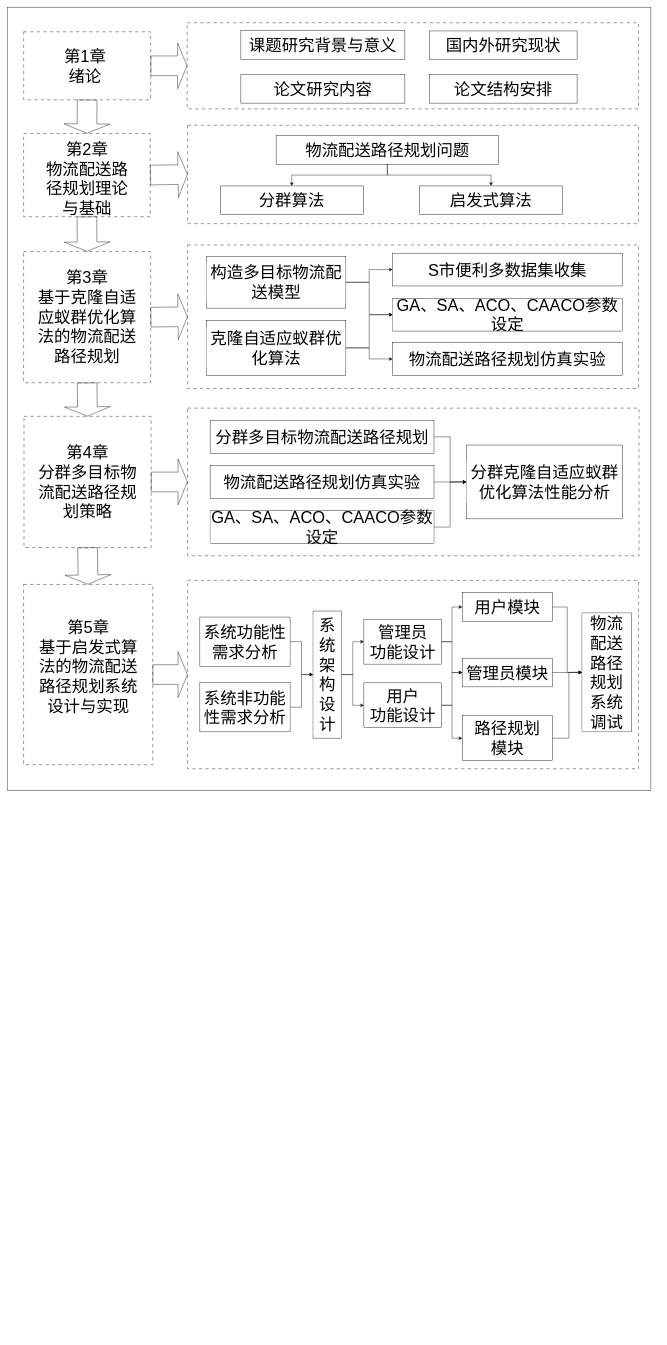
Above: 章节路线图.drawio in AAYESLY/bishe-github (draw.io), before the change. Source tidied: cells renumbered, new cells numbered last; positions are measured from the earlier drawing's top-left corner, leaving out a move shared by most shapes. Both pictures are drawn from the tidied source at 41%, with x=0, y=0 at pixel (7, 7).
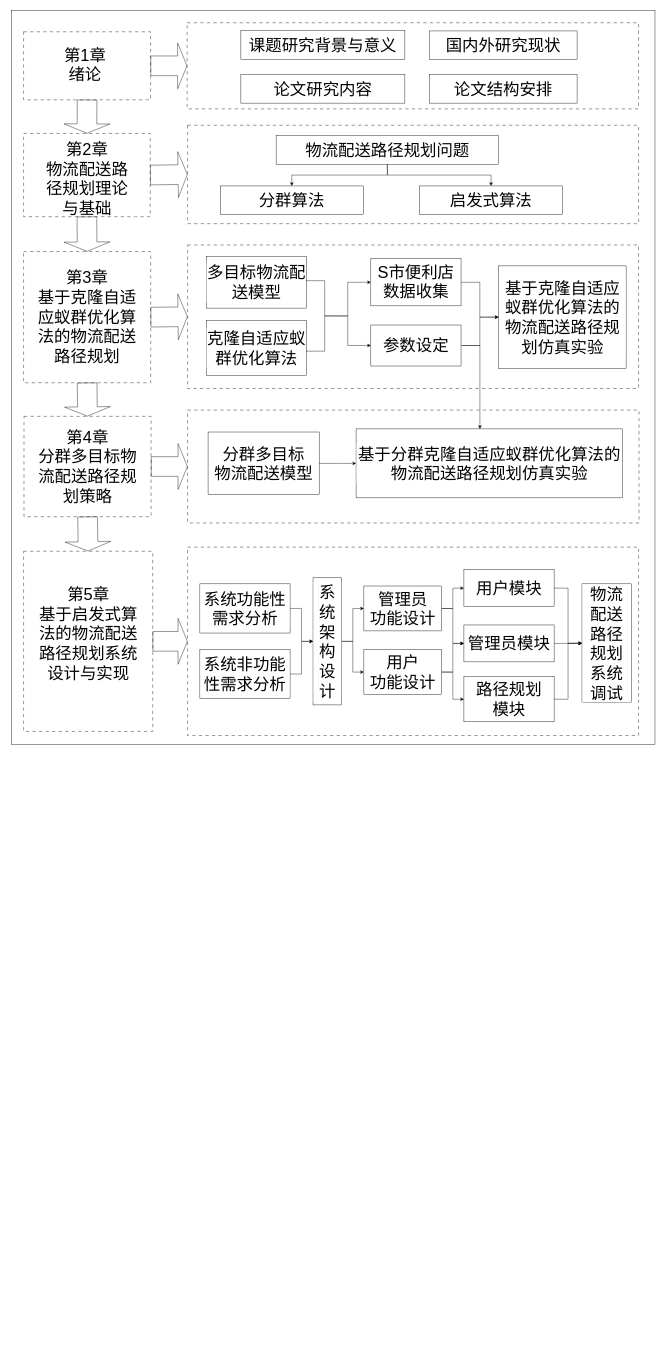
The same page after the edit.

Commit message (it also covers changes not shown here):
更新章节路线图.drawio

The change refers to these unchanged cells:
```xml
<mxCell id="43" value="用户&lt;div style=&quot;font-size: 40px;&quot;&gt;功能设计&lt;/div&gt;" style="rounded=0;whiteSpace=wrap;html=1;fillColor=none;strokeColor=default;fontColor=#000000;labelBorderColor=#FFFFFF;fontSize=40;fontFamily=宋体;" parent="26" vertex="1">
  <mxGeometry x="830" y="240" width="190" height="109.5" as="geometry" />
</mxCell>
<mxCell id="47" value="管理员&lt;div style=&quot;font-size: 40px;&quot;&gt;功能设计&lt;/div&gt;" style="rounded=0;whiteSpace=wrap;html=1;fillColor=none;strokeColor=default;fontColor=#000000;labelBorderColor=#FFFFFF;fontSize=40;fontFamily=宋体;" parent="26" vertex="1">
  <mxGeometry x="830" y="84.8" width="190" height="109.5" as="geometry" />
</mxCell>
```

What changed in the source:
```diff
@@
+    <mxCell id="10" style="rounded=0;whiteSpace=wrap;html=1;fillColor=none;" parent="1" vertex="1">
+      <mxGeometry x="10" y="8" width="1570" height="1790" as="geometry" />
+    </mxCell>
@@
-    <mxCell id="9" style="group;fontSize=33;fontFamily=宋体;" parent="1" vertex="1">
-      <mxGeometry x="50" y="60" width="1520" height="1850" as="geometry" />
-    </mxCell>
-    <mxCell id="10" style="rounded=0;whiteSpace=wrap;html=1;fillColor=none;" parent="9" vertex="1">
-      <mxGeometry x="-50" y="-60" width="1570" height="1910" as="geometry" />
-    </mxCell>
-    <mxCell id="11" style="rounded=0;whiteSpace=wrap;html=1;dashed=1;dashPattern=8 8;fillColor=none;fontColor=#000000;labelBorderColor=#FFFFFF;fontSize=30;fontFamily=宋体;" parent="9" vertex="1">
-      <mxGeometry x="-9.8" width="309.8" height="165.9" as="geometry" />
-    </mxCell>
-    <mxCell id="12" value="&lt;font style=&quot;font-size: 40px;&quot;&gt;第1章&lt;/font&gt;&lt;div style=&quot;font-size: 40px;&quot;&gt;&lt;font style=&quot;font-size: 40px;&quot;&gt;绪论&lt;/font&gt;&lt;/div&gt;" style="rounded=0;whiteSpace=wrap;html=1;fillColor=none;strokeColor=none;fontColor=#000000;labelBorderColor=#FFFFFF;fontSize=30;fontFamily=宋体;" parent="9" vertex="1">
-      <mxGeometry x="70" y="50.7" width="140.3" height="64.4" as="geometry" />
-    </mxCell>
@@
-    <mxCell id="16" style="edgeStyle=orthogonalEdgeStyle;rounded=0;orthogonalLoop=1;jettySize=auto;html=1;exitX=0.5;exitY=1;exitDx=0;exitDy=0;strokeColor=none;fontColor=#000000;labelBorderColor=#FFFFFF;fontSize=40;fontFamily=宋体;" parent="1" edge="1">
-      <mxGeometry relative="1" as="geometry">
-        <mxPoint x="965.8" y="708" as="sourcePoint" />
-        <mxPoint x="772.3" y="898" as="targetPoint" />
-        <Array as="points">
-          <mxPoint x="985.2" y="708" />
-          <mxPoint x="985.2" y="828" />
-          <mxPoint x="869" y="828" />
-        </Array>
-      </mxGeometry>
-    </mxCell>
-    <mxCell id="17" style="edgeStyle=orthogonalEdgeStyle;rounded=0;jettySize=auto;html=1;entryX=0;entryY=0.5;entryDx=0;entryDy=0;fontSize=40;fontFamily=宋体;" parent="1" edge="1" source="19" target="23">
-      <mxGeometry relative="1" as="geometry" />
-    </mxCell>
-    <mxCell id="18" style="edgeStyle=orthogonalEdgeStyle;rounded=0;jettySize=auto;html=1;entryX=0;entryY=0.5;entryDx=0;entryDy=0;fontSize=40;fontFamily=宋体;" parent="1" edge="1" source="19" target="24">
-      <mxGeometry relative="1" as="geometry" />
-    </mxCell>
-    <mxCell id="19" value="构造多目标物流配送模型" style="rounded=0;whiteSpace=wrap;html=1;fillColor=none;strokeColor=default;fontColor=#000000;labelBorderColor=#FFFFFF;fontSize=40;fontFamily=宋体;" parent="1" vertex="1">
-      <mxGeometry x="486" y="608" width="340" height="126" as="geometry" />
+    <mxCell id="19" value="多目标物流配送模型" style="rounded=0;whiteSpace=wrap;html=1;fillColor=none;strokeColor=default;fontColor=#000000;labelBorderColor=#FFFFFF;fontSize=40;fontFamily=宋体;" parent="1" vertex="1">
+      <mxGeometry x="486" y="608" width="244" height="126" as="geometry" />
     </mxCell>
-    <mxCell id="20" style="edgeStyle=orthogonalEdgeStyle;rounded=0;jettySize=auto;html=1;entryX=0;entryY=0.5;entryDx=0;entryDy=0;fontSize=40;fontFamily=宋体;" parent="1" edge="1" source="22" target="25">
-      <mxGeometry relative="1" as="geometry" />
-    </mxCell>
-    <mxCell id="21" style="edgeStyle=orthogonalEdgeStyle;rounded=0;jettySize=auto;html=1;entryX=0;entryY=0.5;entryDx=0;entryDy=0;fontSize=40;fontFamily=宋体;" parent="1" edge="1" source="22" target="24">
-      <mxGeometry relative="1" as="geometry" />
-    </mxCell>
     <mxCell id="22" value="克隆自适应蚁群优化算法" style="rounded=0;whiteSpace=wrap;html=1;fillColor=none;strokeColor=default;fontColor=#000000;labelBorderColor=#FFFFFF;fontSize=40;fontFamily=宋体;" parent="1" vertex="1">
-      <mxGeometry x="486" y="764" width="340" height="134" as="geometry" />
+      <mxGeometry x="486" y="764" width="244" height="134" as="geometry" />
     </mxCell>
-    <mxCell id="23" value="S市便利多数据集收集" style="rounded=0;whiteSpace=wrap;html=1;fillColor=none;strokeColor=default;fontColor=#000000;labelBorderColor=#FFFFFF;fontSize=40;fontFamily=宋体;" parent="1" vertex="1">
-      <mxGeometry x="940" y="600" width="560" height="80" as="geometry" />
-    </mxCell>
-    <mxCell id="24" value="GA、SA、ACO、CAACO参数设定" style="rounded=0;whiteSpace=wrap;html=1;fillColor=none;strokeColor=default;fontColor=#000000;labelBorderColor=#FFFFFF;fontSize=40;fontFamily=宋体;" parent="1" vertex="1">
-      <mxGeometry x="940" y="710" width="560" height="80" as="geometry" />
-    </mxCell>
-    <mxCell id="25" value="物流配送路径规划仿真实验" style="rounded=0;whiteSpace=wrap;html=1;fillColor=none;strokeColor=default;fontColor=#000000;labelBorderColor=#FFFFFF;fontSize=40;fontFamily=宋体;" parent="1" vertex="1">
-      <mxGeometry x="940" y="818" width="560" height="80" as="geometry" />
-    </mxCell>
     <mxCell id="26" style="group;fontSize=40;fontFamily=宋体;" parent="1" vertex="1">
-      <mxGeometry x="40" y="1408" width="1530" height="449.5" as="geometry" />
+      <mxGeometry x="40" y="1327" width="1530" height="449.5" as="geometry" />
     </mxCell>
@@
-    <mxCell id="38" style="edgeStyle=orthogonalEdgeStyle;rounded=0;jettySize=auto;html=1;entryX=0;entryY=0.5;entryDx=0;entryDy=0;fontColor=#000000;labelBorderColor=#FFFFFF;fontSize=40;fontFamily=宋体;exitX=1;exitY=0.5;exitDx=0;exitDy=0;" parent="26" edge="1" source="52" target="39">
-      <mxGeometry relative="1" as="geometry" />
-    </mxCell>
     <mxCell id="39" value="物流配送路径规划系统调试" style="rounded=0;whiteSpace=wrap;html=1;fillColor=none;strokeColor=default;fontColor=#000000;labelBorderColor=#FFFFFF;fontSize=40;fontFamily=宋体;" parent="26" vertex="1">
-      <mxGeometry x="1362" y="69.5" width="120" height="290" as="geometry" />
+      <mxGeometry x="1362" y="79.5" width="120" height="290" as="geometry" />
     </mxCell>
@@
-    <mxCell id="41" value="路径规划&lt;div&gt;模块&lt;/div&gt;" style="rounded=0;whiteSpace=wrap;html=1;fillColor=none;strokeColor=default;fontColor=#000000;labelBorderColor=#FFFFFF;fontSize=40;fontFamily=宋体;" parent="26" vertex="1">
-      <mxGeometry x="1070" y="320" width="220" height="110" as="geometry" />
-    </mxCell>
-    <mxCell id="42" style="edgeStyle=orthogonalEdgeStyle;rounded=0;jettySize=auto;html=1;fontColor=#000000;labelBorderColor=#FFFFFF;fontSize=40;fontFamily=宋体;entryX=0;entryY=0.5;entryDx=0;entryDy=0;" parent="26" edge="1" source="41" target="39">
-      <mxGeometry relative="1" as="geometry">
-        <Array as="points">
-          <mxPoint x="1330" y="375" />
-          <mxPoint x="1330" y="215" />
-        </Array>
-      </mxGeometry>
-    </mxCell>
@@
-    <mxCell id="46" style="edgeStyle=orthogonalEdgeStyle;rounded=0;jettySize=auto;html=1;entryX=0;entryY=0.5;entryDx=0;entryDy=0;fontColor=#000000;labelBorderColor=#FFFFFF;fontSize=40;fontFamily=宋体;exitX=1;exitY=0.5;exitDx=0;exitDy=0;" parent="26" edge="1" source="43" target="41">
-      <mxGeometry relative="1" as="geometry" />
-    </mxCell>
@@
-    <mxCell id="49" style="edgeStyle=orthogonalEdgeStyle;rounded=0;jettySize=auto;html=1;entryX=0;entryY=0.5;entryDx=0;entryDy=0;fontColor=#000000;labelBorderColor=#FFFFFF;fontSize=40;fontFamily=宋体;" parent="26" edge="1" source="47" target="52">
-      <mxGeometry relative="1" as="geometry" />
-    </mxCell>
@@
     <mxCell id="51" value="管理员模块" style="rounded=0;whiteSpace=wrap;html=1;fillColor=none;strokeColor=default;fontColor=#000000;labelBorderColor=#FFFFFF;fontSize=40;fontFamily=宋体;" parent="26" vertex="1">
-      <mxGeometry x="1070" y="179.8" width="220" height="70" as="geometry" />
+      <mxGeometry x="1074" y="179.8" width="220" height="90" as="geometry" />
     </mxCell>
-    <mxCell id="52" value="用户模块" style="rounded=0;whiteSpace=wrap;html=1;fillColor=none;strokeColor=default;fontColor=#000000;labelBorderColor=#FFFFFF;fontSize=40;fontFamily=宋体;" parent="26" vertex="1">
-      <mxGeometry x="1070" y="20" width="220" height="70" as="geometry" />
-    </mxCell>
@@
     <mxCell id="54" style="group;fontSize=40;fontFamily=宋体;" parent="1" vertex="1">
-      <mxGeometry x="41" y="998" width="1500" height="340" as="geometry" />
+      <mxGeometry x="41" y="998" width="1550" height="260" as="geometry" />
     </mxCell>
     <mxCell id="55" style="rounded=0;whiteSpace=wrap;html=1;dashed=1;dashPattern=8 8;fillColor=none;fontColor=#000000;labelBorderColor=#FFFFFF;fontSize=40;fontFamily=宋体;" parent="54" vertex="1">
-      <mxGeometry x="399" y="-20" width="1101" height="360" as="geometry" />
+      <mxGeometry x="399" y="-15.3" width="1101" height="275.3" as="geometry" />
     </mxCell>
     <mxCell id="56" style="group;fontColor=#000000;labelBorderColor=#FFFFFF;fontSize=40;fontFamily=宋体;" parent="54" vertex="1">
-      <mxGeometry width="310" height="340" as="geometry" />
+      <mxGeometry width="310" height="260" as="geometry" />
     </mxCell>
     <mxCell id="57" style="rounded=0;whiteSpace=wrap;html=1;dashed=1;dashPattern=8 8;fillColor=none;fontColor=#000000;labelBorderColor=#FFFFFF;fontSize=40;fontFamily=宋体;" parent="56" vertex="1">
-      <mxGeometry width="310" height="320" as="geometry" />
+      <mxGeometry width="310" height="244.7" as="geometry" />
     </mxCell>
     <mxCell id="58" style="edgeStyle=orthogonalEdgeStyle;rounded=0;jettySize=auto;html=1;exitX=0.5;exitY=1;exitDx=0;exitDy=0;strokeColor=none;fontColor=#000000;labelBorderColor=#FFFFFF;fontSize=40;fontFamily=宋体;" parent="56" edge="1" source="60">
       <mxGeometry relative="1" as="geometry">
-        <mxPoint x="71.8" y="315" as="targetPoint" />
+        <mxPoint x="71.8" y="240.9" as="targetPoint" />
         <Array as="points">
-          <mxPoint x="109.5" y="93.3" />
-          <mxPoint x="109.5" y="233.3" />
-          <mxPoint x="88.9" y="233.3" />
+          <mxPoint x="109.5" y="71.4" />
+          <mxPoint x="109.5" y="178.4" />
+          <mxPoint x="88.9" y="178.4" />
         </Array>
       </mxGeometry>
     </mxCell>
-    <mxCell id="59" style="edgeStyle=orthogonalEdgeStyle;rounded=0;jettySize=auto;html=1;exitX=0.5;exitY=1;exitDx=0;exitDy=0;strokeColor=none;fontColor=#000000;labelBorderColor=#FFFFFF;fontSize=40;fontFamily=宋体;" parent="56" edge="1" target="60">
-      <mxGeometry relative="1" as="geometry">
-        <mxPoint x="106" y="731.9" as="sourcePoint" />
-      </mxGeometry>
-    </mxCell>
     <mxCell id="60" value="第4章&lt;div style=&quot;font-size: 40px;&quot;&gt;分群多目标物流配送路径规划策略&lt;/div&gt;" style="rounded=0;whiteSpace=wrap;html=1;fillColor=none;strokeColor=none;fontColor=#000000;labelBorderColor=#FFFFFF;fontSize=40;fontFamily=宋体;" parent="56" vertex="1">
-      <mxGeometry x="30" y="73.3" width="250" height="173.3" as="geometry" />
+      <mxGeometry x="30" y="56.1" width="250" height="132.5" as="geometry" />
     </mxCell>
@@
-    <mxCell id="62" value="分群多目标物流配送路径规划" style="rounded=0;whiteSpace=wrap;html=1;fillColor=none;strokeColor=default;fontColor=#000000;labelBorderColor=#FFFFFF;fontSize=40;fontFamily=宋体;" parent="54" vertex="1">
-      <mxGeometry x="454" y="10" width="546" height="80" as="geometry" />
+    <mxCell id="62" value="分群多目标&lt;div&gt;物流配送模型&lt;/div&gt;" style="rounded=0;whiteSpace=wrap;html=1;fillColor=none;strokeColor=default;fontColor=#000000;labelBorderColor=#FFFFFF;fontSize=40;fontFamily=宋体;" parent="54" vertex="1">
+      <mxGeometry x="449" y="38.2" width="271" height="152.9" as="geometry" />
     </mxCell>
-    <mxCell id="63" style="edgeStyle=orthogonalEdgeStyle;rounded=0;jettySize=auto;html=1;entryX=0;entryY=0.5;entryDx=0;entryDy=0;fontSize=40;fontFamily=宋体;" parent="54" edge="1" source="64" target="67">
-      <mxGeometry relative="1" as="geometry" />
-    </mxCell>
-    <mxCell id="64" value="GA、SA、ACO、CAACO参数设定" style="rounded=0;whiteSpace=wrap;html=1;fillColor=none;strokeColor=default;fontColor=#000000;labelBorderColor=#FFFFFF;fontSize=40;fontFamily=宋体;" parent="54" vertex="1">
-      <mxGeometry x="454" y="230" width="546" height="80" as="geometry" />
-    </mxCell>
-    <mxCell id="65" value="物流配送路径规划仿真实验" style="rounded=0;whiteSpace=wrap;html=1;fillColor=none;strokeColor=default;fontColor=#000000;labelBorderColor=#FFFFFF;fontSize=40;fontFamily=宋体;" parent="54" vertex="1">
-      <mxGeometry x="454" y="120" width="546" height="80" as="geometry" />
-    </mxCell>
-    <mxCell id="66" style="edgeStyle=orthogonalEdgeStyle;rounded=0;jettySize=auto;html=1;entryX=0;entryY=0.5;entryDx=0;entryDy=0;fontColor=#000000;labelBorderColor=#FFFFFF;fontSize=40;fontFamily=宋体;" parent="54" edge="1" source="65" target="67">
-      <mxGeometry relative="1" as="geometry" />
-    </mxCell>
-    <mxCell id="67" value="分群克隆自适应蚁群优化算法性能分析" style="rounded=0;whiteSpace=wrap;html=1;fillColor=none;strokeColor=default;fontColor=#000000;labelBorderColor=#FFFFFF;fontSize=40;fontFamily=宋体;" parent="54" vertex="1">
-      <mxGeometry x="1079" y="70" width="381" height="180" as="geometry" />
+    <mxCell id="67" value="基于分群克隆自适应蚁群优化算法的物流配送路径规划仿真实验" style="rounded=0;whiteSpace=wrap;html=1;fillColor=none;strokeColor=default;fontColor=#000000;labelBorderColor=#FFFFFF;fontSize=40;fontFamily=宋体;" parent="54" vertex="1">
+      <mxGeometry x="810" y="30.6" width="650" height="168.2" as="geometry" />
     </mxCell>
@@
+    <mxCell id="11" style="rounded=0;whiteSpace=wrap;html=1;dashed=1;dashPattern=8 8;fillColor=none;fontColor=#000000;labelBorderColor=#FFFFFF;fontSize=30;fontFamily=宋体;" parent="1" vertex="1">
+      <mxGeometry x="40" y="60" width="309.8" height="165.9" as="geometry" />
+    </mxCell>
+    <mxCell id="12" value="&lt;font style=&quot;font-size: 40px;&quot;&gt;第1章&lt;/font&gt;&lt;div style=&quot;font-size: 40px;&quot;&gt;&lt;font style=&quot;font-size: 40px;&quot;&gt;绪论&lt;/font&gt;&lt;/div&gt;" style="rounded=0;whiteSpace=wrap;html=1;fillColor=none;strokeColor=none;fontColor=#000000;labelBorderColor=#FFFFFF;fontSize=30;fontFamily=宋体;" parent="1" vertex="1">
+      <mxGeometry x="120" y="108" width="140.3" height="64.4" as="geometry" />
+    </mxCell>
+    <mxCell id="83" style="edgeStyle=orthogonalEdgeStyle;rounded=0;jettySize=auto;html=1;entryX=0;entryY=0.5;entryDx=0;entryDy=0;" parent="1" edge="1" source="23" target="25">
+      <mxGeometry relative="1" as="geometry" />
+    </mxCell>
+    <mxCell id="23" value="S市便利店&lt;div&gt;数据收集&lt;/div&gt;" style="rounded=0;whiteSpace=wrap;html=1;fillColor=none;strokeColor=default;fontColor=#000000;labelBorderColor=#FFFFFF;fontSize=40;fontFamily=宋体;horizontal=1;verticalAlign=top;textDirection=rtl;" parent="1" vertex="1">
+      <mxGeometry x="887" y="613.5" width="220" height="115" as="geometry" />
+    </mxCell>
+    <mxCell id="84" style="edgeStyle=orthogonalEdgeStyle;rounded=0;jettySize=auto;html=1;entryX=0;entryY=0.5;entryDx=0;entryDy=0;" parent="1" edge="1" source="24" target="25">
+      <mxGeometry relative="1" as="geometry" />
+    </mxCell>
+    <mxCell id="85" style="edgeStyle=orthogonalEdgeStyle;rounded=0;orthogonalLoop=1;jettySize=auto;html=1;" parent="1" edge="1">
+      <mxGeometry relative="1" as="geometry">
+        <mxPoint x="1110" y="825.3" as="sourcePoint" />
+        <mxPoint x="1153" y="1028.6" as="targetPoint" />
+        <Array as="points">
+          <mxPoint x="1153" y="825" />
+        </Array>
+      </mxGeometry>
+    </mxCell>
+    <mxCell id="24" value="参数设定" style="rounded=0;whiteSpace=wrap;html=1;fillColor=none;strokeColor=default;fontColor=#000000;labelBorderColor=#FFFFFF;fontSize=40;fontFamily=宋体;" parent="1" vertex="1">
+      <mxGeometry x="887" y="775.2" width="220" height="100" as="geometry" />
+    </mxCell>
+    <mxCell id="25" value="基于克隆自适应蚁群优化算法的物流配送路径规划仿真实验" style="rounded=0;whiteSpace=wrap;html=1;fillColor=none;strokeColor=default;fontColor=#000000;labelBorderColor=#FFFFFF;fontSize=40;fontFamily=宋体;" parent="1" vertex="1">
+      <mxGeometry x="1198.6" y="631" width="311" height="250" as="geometry" />
+    </mxCell>
+    <mxCell id="86" style="edgeStyle=orthogonalEdgeStyle;rounded=0;jettySize=auto;html=1;entryX=0;entryY=0.5;entryDx=0;entryDy=0;" parent="1" edge="1" source="88" target="24">
+      <mxGeometry relative="1" as="geometry" />
+    </mxCell>
+    <mxCell id="87" style="edgeStyle=orthogonalEdgeStyle;rounded=0;jettySize=auto;html=1;entryX=0;entryY=0.5;entryDx=0;entryDy=0;" parent="1" edge="1" source="88" target="23">
+      <mxGeometry relative="1" as="geometry" />
+    </mxCell>
+    <mxCell id="88" style="shape=partialRectangle;whiteSpace=wrap;html=1;bottom=1;right=1;left=1;top=0;fillColor=none;routingCenterX=-0.5;rotation=-90;" parent="1" vertex="1">
+      <mxGeometry x="666.2" y="730.8" width="172" height="44.5" as="geometry" />
+    </mxCell>
+    <mxCell id="52" value="用户模块" style="rounded=0;whiteSpace=wrap;html=1;fillColor=none;strokeColor=default;fontColor=#000000;labelBorderColor=#FFFFFF;fontSize=40;fontFamily=宋体;" parent="1" vertex="1">
+      <mxGeometry x="1114" y="1372" width="220" height="90" as="geometry" />
+    </mxCell>
+    <mxCell id="38" style="edgeStyle=orthogonalEdgeStyle;rounded=0;jettySize=auto;html=1;entryX=0;entryY=0.5;entryDx=0;entryDy=0;fontColor=#000000;labelBorderColor=#FFFFFF;fontSize=40;fontFamily=宋体;exitX=1;exitY=0.5;exitDx=0;exitDy=0;" parent="1" edge="1" source="52" target="39">
+      <mxGeometry relative="1" as="geometry" />
+    </mxCell>
+    <mxCell id="49" style="edgeStyle=orthogonalEdgeStyle;rounded=0;jettySize=auto;html=1;entryX=0;entryY=0.5;entryDx=0;entryDy=0;fontColor=#000000;labelBorderColor=#FFFFFF;fontSize=40;fontFamily=宋体;" parent="1" edge="1" source="47" target="52">
+      <mxGeometry relative="1" as="geometry" />
+    </mxCell>
+    <mxCell id="41" value="路径规划&lt;div&gt;模块&lt;/div&gt;" style="rounded=0;whiteSpace=wrap;html=1;fillColor=none;strokeColor=default;fontColor=#000000;labelBorderColor=#FFFFFF;fontSize=40;fontFamily=宋体;" parent="1" vertex="1">
+      <mxGeometry x="1114" y="1633" width="220" height="110" as="geometry" />
+    </mxCell>
+    <mxCell id="42" style="edgeStyle=orthogonalEdgeStyle;rounded=0;jettySize=auto;html=1;fontColor=#000000;labelBorderColor=#FFFFFF;fontSize=40;fontFamily=宋体;entryX=0;entryY=0.5;entryDx=0;entryDy=0;exitX=1;exitY=0.5;exitDx=0;exitDy=0;" parent="1" edge="1" source="41" target="39">
+      <mxGeometry relative="1" as="geometry" />
+    </mxCell>
+    <mxCell id="46" style="edgeStyle=orthogonalEdgeStyle;rounded=0;jettySize=auto;html=1;entryX=0;entryY=0.5;entryDx=0;entryDy=0;fontColor=#000000;labelBorderColor=#FFFFFF;fontSize=40;fontFamily=宋体;exitX=1;exitY=0.5;exitDx=0;exitDy=0;" parent="1" edge="1" source="43" target="41">
+      <mxGeometry relative="1" as="geometry" />
+    </mxCell>
```
